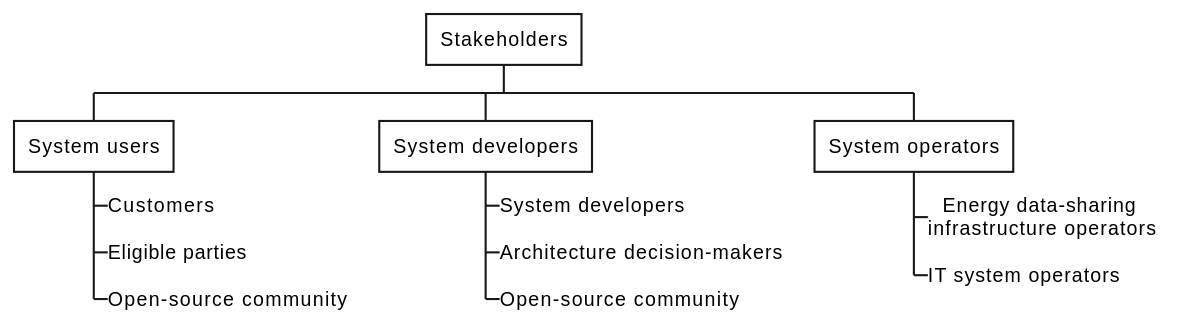
The PlantUML diagram arc42/introduction-and-goals/figures/stakeholders.svg in eddie-energy/architecture, before a commit. Its diagram source:
```plantuml
@startwbs stakeholders

<style>
wbsdiagram {
  node {
    BackgroundColor transparemt
    HorizontalAlignment center
    fontsize 14
  }
}
</style>

* Stakeholders

++ System users
+++_ Customers
+++_ Eligible parties
+++_ Open-source community

++ System developers
+++_ System developers
+++_ Architecture decision-makers
+++_ Open-source community


++ System operators
+++_ Energy data-sharing \ninfrastructure operators
+++_ IT system operators




@endwbs
```
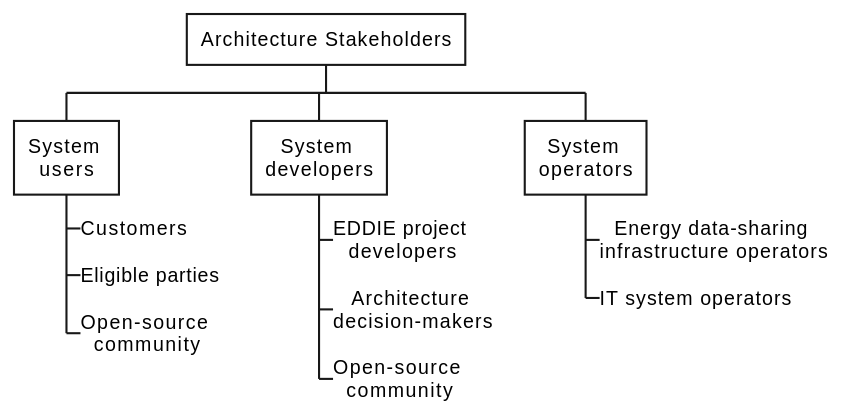
The same file after the commit.

Commit message:
update the figure of stakeholders in the intro

What changed in the source:
```diff
@@ -10,20 +10,20 @@
 }
 </style>
 
-* Stakeholders
+* Architecture Stakeholders
 
-++ System users
+++ System \nusers
 +++_ Customers
 +++_ Eligible parties
-+++_ Open-source community
++++_ Open-source \ncommunity
 
-++ System developers
-+++_ System developers
-+++_ Architecture decision-makers
-+++_ Open-source community
+++ System \ndevelopers
++++_ EDDIE project \ndevelopers
++++_ Architecture \ndecision-makers
++++_ Open-source \ncommunity
 
 
-++ System operators
+++ System \noperators
 +++_ Energy data-sharing \ninfrastructure operators
 +++_ IT system operators
 
```
